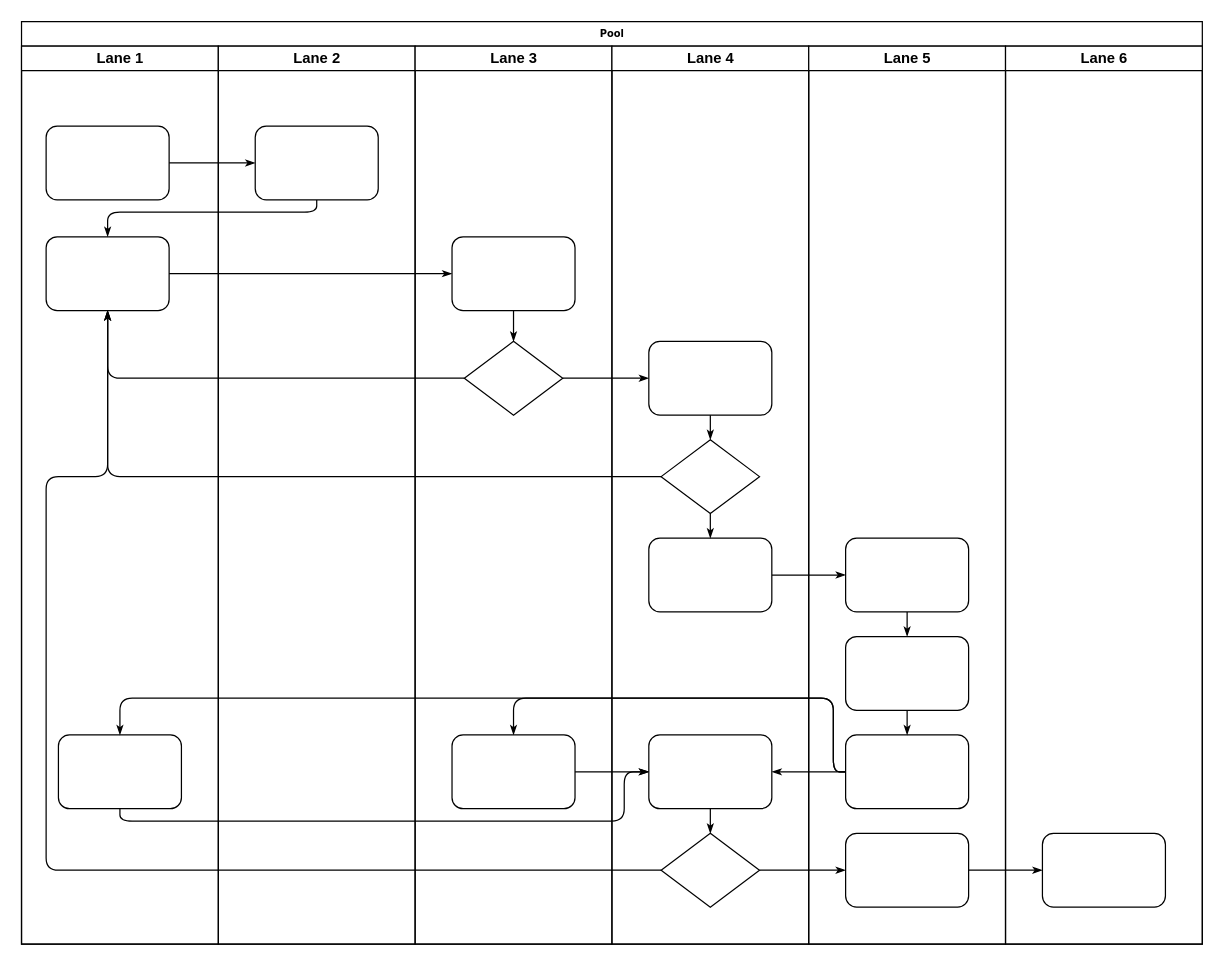
sourav4371/sourav keeps this draw.io diagram as Untitled Diagram.drawio. Above is the earlier version. Source tidied: cells renumbered, new cells numbered last; positions are measured from the earlier drawing's top-left corner, leaving out a move shared by most shapes. Both pictures are drawn from the tidied source at 123%, with x=0, y=0 at pixel (21, 21).
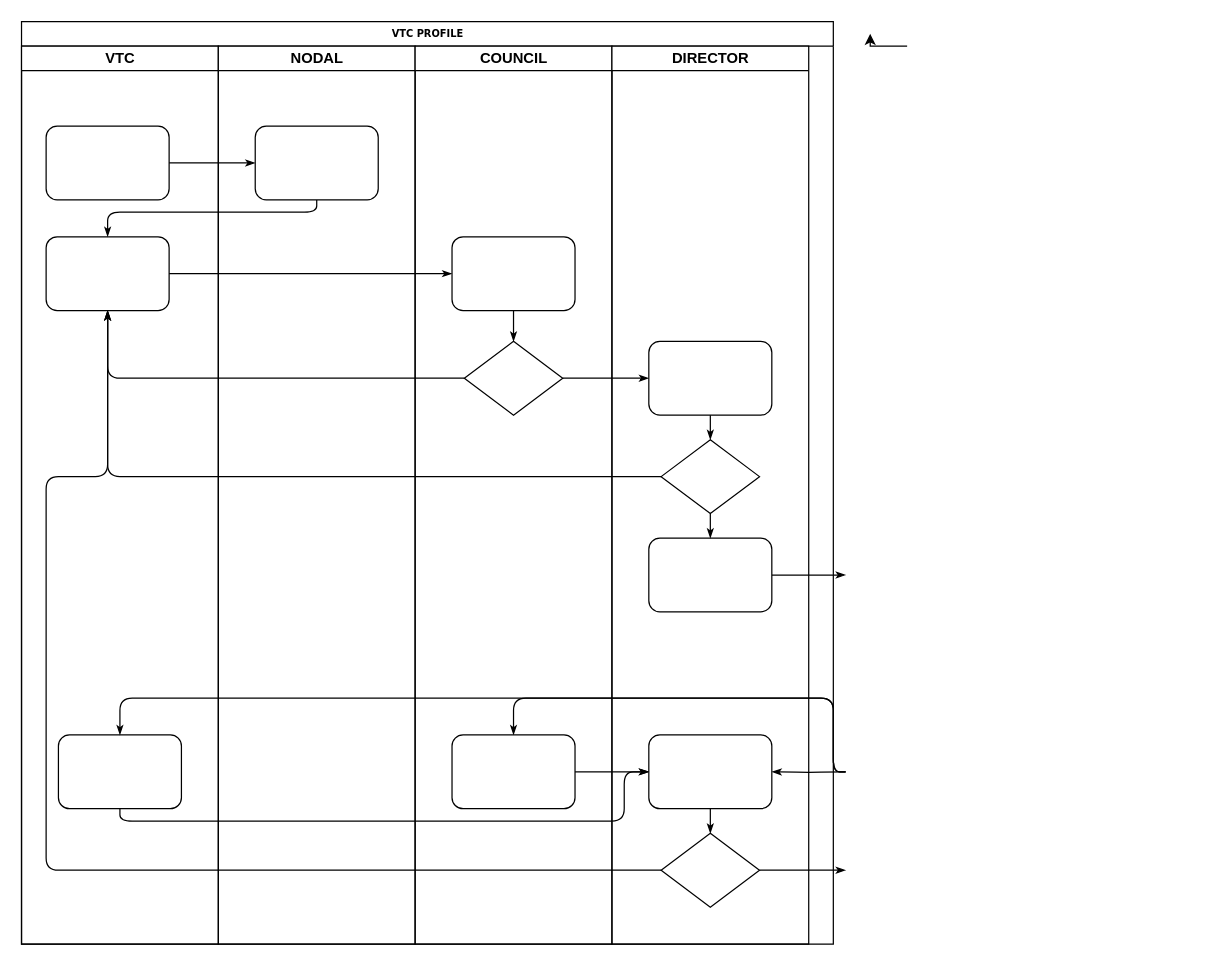
After the change.

The change refers to these unchanged cells:
```xml
<mxCell id="6" style="rounded=1;whiteSpace=wrap;html=1;shadow=0;labelBackgroundColor=none;strokeWidth=1;fontFamily=Verdana;fontSize=8;align=center;" parent="3" vertex="1">
  <mxGeometry x="30" y="560" width="100" height="60" as="geometry" />
</mxCell>
<mxCell id="27" style="rounded=1;whiteSpace=wrap;html=1;shadow=0;labelBackgroundColor=none;strokeWidth=1;fontFamily=Verdana;fontSize=8;align=center;" parent="24" vertex="1">
  <mxGeometry x="30" y="560" width="100" height="60" as="geometry" />
</mxCell>
<mxCell id="32" style="rounded=1;whiteSpace=wrap;html=1;shadow=0;labelBackgroundColor=none;strokeWidth=1;fontFamily=Verdana;fontSize=8;align=center;" parent="29" vertex="1">
  <mxGeometry x="30" y="400" width="100" height="60" as="geometry" />
</mxCell>
<mxCell id="33" style="rounded=1;whiteSpace=wrap;html=1;shadow=0;labelBackgroundColor=none;strokeWidth=1;fontFamily=Verdana;fontSize=8;align=center;" parent="29" vertex="1">
  <mxGeometry x="30" y="560" width="100" height="60" as="geometry" />
</mxCell>
<mxCell id="34" style="rhombus;whiteSpace=wrap;html=1;rounded=0;shadow=0;labelBackgroundColor=none;strokeWidth=1;fontFamily=Verdana;fontSize=8;align=center;" parent="29" vertex="1">
  <mxGeometry x="40" y="640" width="80" height="60" as="geometry" />
</mxCell>
```

What changed in the source:
```diff
@@
-    <mxCell id="2" value="Pool" style="swimlane;html=1;startSize=20;rounded=0;shadow=0;labelBackgroundColor=none;strokeWidth=1;fontFamily=Verdana;fontSize=8;align=center;" parent="1" vertex="1">
-      <mxGeometry width="960" height="750" as="geometry" />
+    <mxCell id="2" value="VTC PROFILE" style="swimlane;html=1;startSize=20;rounded=0;shadow=0;labelBackgroundColor=none;strokeWidth=1;fontFamily=Verdana;fontSize=8;align=center;" parent="1" vertex="1">
+      <mxGeometry width="660" height="750" as="geometry" />
     </mxCell>
-    <mxCell id="3" value="Lane 1" style="swimlane;html=1;startSize=20;" parent="2" vertex="1">
+    <mxCell id="3" value="VTC" style="swimlane;html=1;startSize=20;" parent="2" vertex="1">
       <mxGeometry y="20" width="160" height="730" as="geometry" />
     </mxCell>
@@
-    <mxCell id="14" style="edgeStyle=orthogonalEdgeStyle;rounded=1;html=1;labelBackgroundColor=none;startArrow=none;startFill=0;startSize=5;endArrow=classicThin;endFill=1;endSize=5;jettySize=auto;strokeWidth=1;fontFamily=Verdana;fontSize=8;" parent="2" edge="1" source="34" target="42">
-      <mxGeometry relative="1" as="geometry" />
+    <mxCell id="14" style="edgeStyle=orthogonalEdgeStyle;rounded=1;html=1;labelBackgroundColor=none;startArrow=none;startFill=0;startSize=5;endArrow=classicThin;endFill=1;endSize=5;jettySize=auto;strokeWidth=1;fontFamily=Verdana;fontSize=8;" parent="2" edge="1" source="34">
+      <mxGeometry relative="1" as="geometry">
+        <mxPoint x="670" y="690" as="targetPoint" />
+      </mxGeometry>
     </mxCell>
-    <mxCell id="15" style="edgeStyle=orthogonalEdgeStyle;rounded=1;html=1;labelBackgroundColor=none;startArrow=none;startFill=0;startSize=5;endArrow=classicThin;endFill=1;endSize=5;jettySize=auto;strokeWidth=1;fontFamily=Verdana;fontSize=8;" parent="2" edge="1" source="42" target="46">
-      <mxGeometry relative="1" as="geometry" />
-    </mxCell>
-    <mxCell id="16" style="edgeStyle=orthogonalEdgeStyle;rounded=1;html=1;labelBackgroundColor=none;startArrow=none;startFill=0;startSize=5;endArrow=classicThin;endFill=1;endSize=5;jettySize=auto;strokeWidth=1;fontFamily=Verdana;fontSize=8;" parent="2" edge="1" source="32" target="39">
-      <mxGeometry relative="1" as="geometry" />
+    <mxCell id="16" style="edgeStyle=orthogonalEdgeStyle;rounded=1;html=1;labelBackgroundColor=none;startArrow=none;startFill=0;startSize=5;endArrow=classicThin;endFill=1;endSize=5;jettySize=auto;strokeWidth=1;fontFamily=Verdana;fontSize=8;" parent="2" edge="1" source="32">
+      <mxGeometry relative="1" as="geometry">
+        <mxPoint x="670" y="450" as="targetPoint" />
+      </mxGeometry>
     </mxCell>
-    <mxCell id="17" style="edgeStyle=orthogonalEdgeStyle;rounded=1;html=1;labelBackgroundColor=none;startArrow=none;startFill=0;startSize=5;endArrow=classicThin;endFill=1;endSize=5;jettySize=auto;strokeWidth=1;fontFamily=Verdana;fontSize=8;" parent="2" edge="1" source="41" target="27">
+    <mxCell id="17" style="edgeStyle=orthogonalEdgeStyle;rounded=1;html=1;labelBackgroundColor=none;startArrow=none;startFill=0;startSize=5;endArrow=classicThin;endFill=1;endSize=5;jettySize=auto;strokeWidth=1;fontFamily=Verdana;fontSize=8;" parent="2" edge="1" target="27">
       <mxGeometry relative="1" as="geometry">
+        <mxPoint x="670" y="610" as="sourcePoint" />
         <Array as="points">
           <mxPoint x="660" y="610" />
           <mxPoint x="660" y="550" />
           <mxPoint x="400" y="550" />
         </Array>
       </mxGeometry>
     </mxCell>
-    <mxCell id="18" style="edgeStyle=orthogonalEdgeStyle;rounded=1;html=1;labelBackgroundColor=none;startArrow=none;startFill=0;startSize=5;endArrow=classicThin;endFill=1;endSize=5;jettySize=auto;strokeColor=#000000;strokeWidth=1;fontFamily=Verdana;fontSize=8;fontColor=#000000;" parent="2" edge="1" source="41" target="33">
-      <mxGeometry relative="1" as="geometry" />
+    <mxCell id="18" style="edgeStyle=orthogonalEdgeStyle;rounded=1;html=1;labelBackgroundColor=none;startArrow=none;startFill=0;startSize=5;endArrow=classicThin;endFill=1;endSize=5;jettySize=auto;strokeColor=#000000;strokeWidth=1;fontFamily=Verdana;fontSize=8;fontColor=#000000;" parent="2" edge="1" target="33">
+      <mxGeometry relative="1" as="geometry">
+        <mxPoint x="670" y="610" as="sourcePoint" />
+      </mxGeometry>
     </mxCell>
-    <mxCell id="19" style="edgeStyle=orthogonalEdgeStyle;rounded=1;html=1;labelBackgroundColor=none;startArrow=none;startFill=0;startSize=5;endArrow=classicThin;endFill=1;endSize=5;jettySize=auto;strokeWidth=1;fontFamily=Verdana;fontSize=8;" parent="2" edge="1" source="41" target="6">
+    <mxCell id="19" style="edgeStyle=orthogonalEdgeStyle;rounded=1;html=1;labelBackgroundColor=none;startArrow=none;startFill=0;startSize=5;endArrow=classicThin;endFill=1;endSize=5;jettySize=auto;strokeWidth=1;fontFamily=Verdana;fontSize=8;" parent="2" edge="1" target="6">
       <mxGeometry relative="1" as="geometry">
+        <mxPoint x="670" y="610" as="sourcePoint" />
         <Array as="points">
           <mxPoint x="660" y="610" />
           <mxPoint x="660" y="550" />
           <mxPoint x="80" y="550" />
         </Array>
       </mxGeometry>
     </mxCell>
@@
-    <mxCell id="22" value="Lane 2" style="swimlane;html=1;startSize=20;" parent="2" vertex="1">
+    <mxCell id="22" value="NODAL" style="swimlane;html=1;startSize=20;" parent="2" vertex="1">
       <mxGeometry x="160" y="20" width="160" height="730" as="geometry" />
     </mxCell>
@@
-    <mxCell id="24" value="Lane 3" style="swimlane;html=1;startSize=20;" parent="2" vertex="1">
+    <mxCell id="24" value="COUNCIL" style="swimlane;html=1;startSize=20;" parent="2" vertex="1">
       <mxGeometry x="320" y="20" width="160" height="730" as="geometry" />
     </mxCell>
@@
-    <mxCell id="29" value="Lane 4" style="swimlane;html=1;startSize=20;" parent="2" vertex="1">
+    <mxCell id="29" value="DIRECTOR" style="swimlane;html=1;startSize=20;" parent="2" vertex="1">
       <mxGeometry x="480" y="20" width="160" height="730" as="geometry" />
     </mxCell>
@@
-    <mxCell id="38" value="Lane 5" style="swimlane;html=1;startSize=20;" parent="2" vertex="1">
-      <mxGeometry x="640" y="20" width="160" height="730" as="geometry" />
-    </mxCell>
-    <mxCell id="39" style="rounded=1;whiteSpace=wrap;html=1;shadow=0;labelBackgroundColor=none;strokeWidth=1;fontFamily=Verdana;fontSize=8;align=center;" parent="38" vertex="1">
-      <mxGeometry x="30" y="400" width="100" height="60" as="geometry" />
-    </mxCell>
-    <mxCell id="40" style="rounded=1;whiteSpace=wrap;html=1;shadow=0;labelBackgroundColor=none;strokeWidth=1;fontFamily=Verdana;fontSize=8;align=center;" parent="38" vertex="1">
-      <mxGeometry x="30" y="480" width="100" height="60" as="geometry" />
-    </mxCell>
-    <mxCell id="41" style="rounded=1;whiteSpace=wrap;html=1;shadow=0;labelBackgroundColor=none;strokeWidth=1;fontFamily=Verdana;fontSize=8;align=center;" parent="38" vertex="1">
-      <mxGeometry x="30" y="560" width="100" height="60" as="geometry" />
-    </mxCell>
-    <mxCell id="42" style="rounded=1;whiteSpace=wrap;html=1;shadow=0;labelBackgroundColor=none;strokeWidth=1;fontFamily=Verdana;fontSize=8;align=center;" parent="38" vertex="1">
-      <mxGeometry x="30" y="640" width="100" height="60" as="geometry" />
-    </mxCell>
-    <mxCell id="43" style="edgeStyle=orthogonalEdgeStyle;rounded=1;html=1;labelBackgroundColor=none;startArrow=none;startFill=0;startSize=5;endArrow=classicThin;endFill=1;endSize=5;jettySize=auto;strokeWidth=1;fontFamily=Verdana;fontSize=8;" parent="38" edge="1" source="39" target="40">
-      <mxGeometry relative="1" as="geometry" />
-    </mxCell>
-    <mxCell id="44" style="edgeStyle=orthogonalEdgeStyle;rounded=1;html=1;labelBackgroundColor=none;startArrow=none;startFill=0;startSize=5;endArrow=classicThin;endFill=1;endSize=5;jettySize=auto;strokeWidth=1;fontFamily=Verdana;fontSize=8;" parent="38" edge="1" source="40" target="41">
-      <mxGeometry relative="1" as="geometry" />
-    </mxCell>
-    <mxCell id="45" value="Lane 6" style="swimlane;html=1;startSize=20;" parent="2" vertex="1">
-      <mxGeometry x="800" y="20" width="160" height="730" as="geometry" />
-    </mxCell>
-    <mxCell id="46" style="rounded=1;whiteSpace=wrap;html=1;shadow=0;labelBackgroundColor=none;strokeWidth=1;fontFamily=Verdana;fontSize=8;align=center;" parent="45" vertex="1">
-      <mxGeometry x="30" y="640" width="100" height="60" as="geometry" />
-    </mxCell>
+    <mxCell id="47" style="edgeStyle=orthogonalEdgeStyle;rounded=0;orthogonalLoop=1;jettySize=auto;html=1;" parent="1" edge="1">
+      <mxGeometry relative="1" as="geometry">
+        <mxPoint x="720" y="20" as="sourcePoint" />
+        <mxPoint x="690" y="10" as="targetPoint" />
+      </mxGeometry>
+    </mxCell>
```
